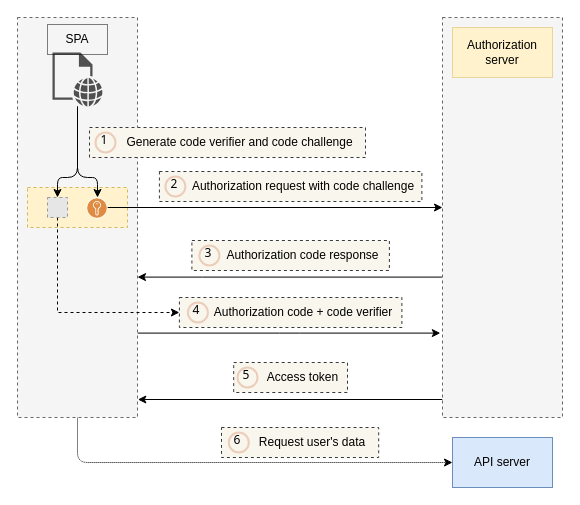
Earlier version of the draw.io diagram page "11.3" (3 of 17) of ch11.drawio (abunuwas/microservices-apis-img). Source tidied: cells renumbered, new cells numbered last; positions are measured from the earlier drawing's top-left corner, leaving out a move shared by most shapes. Both pictures are drawn from the tidied source at 100%, with x=0, y=0 at pixel (17, 17). Pictures stored in the file or linked from it are replaced by grey dashed boxes.
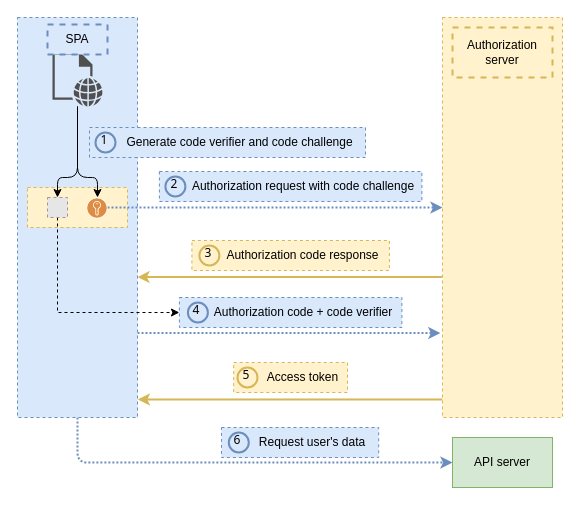
The same page after the edit.

The change refers to these unchanged cells:
```xml
<mxCell id="15" style="sketch=0;shadow=0;dashed=0;html=1;strokeColor=none;fillColor=#DF8C42;labelPosition=center;verticalLabelPosition=bottom;verticalAlign=top;align=center;outlineConnect=0;shape=mxgraph.veeam2.encrypted;" parent="1" vertex="1">
  <mxGeometry x="69" y="180" width="21" height="21" as="geometry" />
</mxCell>
```

Change to the diagram source:
```diff
@@
-    <mxCell id="2" style="edgeStyle=orthogonalEdgeStyle;rounded=0;jettySize=auto;html=1;entryX=1.003;entryY=0.955;entryDx=0;entryDy=0;entryPerimeter=0;" parent="1" edge="1" source="3" target="6">
+    <mxCell id="2" style="edgeStyle=orthogonalEdgeStyle;rounded=0;jettySize=auto;html=1;entryX=1.003;entryY=0.955;entryDx=0;entryDy=0;entryPerimeter=0;strokeWidth=2;fillColor=#fff2cc;strokeColor=#d6b656;" parent="1" edge="1" source="3" target="6">
       <mxGeometry relative="1" as="geometry">
         <Array as="points">
           <mxPoint x="120" y="381" />
         </Array>
       </mxGeometry>
     </mxCell>
-    <mxCell id="3" style="rounded=0;whiteSpace=wrap;html=1;strokeColor=#666666;dashed=1;fillColor=#f5f5f5;fontColor=#333333;" parent="1" vertex="1">
+    <mxCell id="3" style="rounded=0;whiteSpace=wrap;html=1;strokeColor=#d6b656;dashed=1;fillColor=#fff2cc;strokeWidth=1;" parent="1" vertex="1">
       <mxGeometry x="425" width="120" height="400" as="geometry" />
     </mxCell>
-    <mxCell id="4" style="edgeStyle=orthogonalEdgeStyle;rounded=1;jettySize=auto;html=1;entryX=0;entryY=0.5;entryDx=0;entryDy=0;dashed=1;dashPattern=1 1;" parent="1" edge="1" source="6" target="13">
+    <mxCell id="4" style="edgeStyle=orthogonalEdgeStyle;rounded=1;jettySize=auto;html=1;entryX=0;entryY=0.5;entryDx=0;entryDy=0;dashed=1;dashPattern=1 1;strokeWidth=2;fillColor=#dae8fc;strokeColor=#6c8ebf;" parent="1" edge="1" source="6" target="13">
       <mxGeometry relative="1" as="geometry">
         <Array as="points">
           <mxPoint x="60" y="445" />
         </Array>
       </mxGeometry>
     </mxCell>
-    <mxCell id="5" style="edgeStyle=orthogonalEdgeStyle;rounded=1;jettySize=auto;html=1;entryX=-0.018;entryY=0.789;entryDx=0;entryDy=0;entryPerimeter=0;" parent="1" edge="1" source="6" target="3">
+    <mxCell id="5" style="edgeStyle=orthogonalEdgeStyle;rounded=1;jettySize=auto;html=1;entryX=-0.018;entryY=0.789;entryDx=0;entryDy=0;entryPerimeter=0;dashed=1;dashPattern=1 1;strokeWidth=2;fillColor=#dae8fc;strokeColor=#6c8ebf;" parent="1" edge="1" source="6" target="3">
       <mxGeometry relative="1" as="geometry">
         <Array as="points">
           <mxPoint x="272" y="316" />
         </Array>
       </mxGeometry>
     </mxCell>
-    <mxCell id="6" style="rounded=0;whiteSpace=wrap;html=1;strokeColor=#666666;dashed=1;fillColor=#f5f5f5;fontColor=#333333;" parent="1" vertex="1">
+    <mxCell id="6" style="rounded=0;whiteSpace=wrap;html=1;strokeColor=#6c8ebf;dashed=1;fillColor=#dae8fc;" parent="1" vertex="1">
       <mxGeometry width="120" height="400" as="geometry" />
     </mxCell>
@@
-    <mxCell id="11" style="edgeStyle=orthogonalEdgeStyle;rounded=0;jettySize=auto;html=1;exitX=-0.005;exitY=0.649;exitDx=0;exitDy=0;exitPerimeter=0;" parent="1" edge="1" source="3" target="6">
+    <mxCell id="11" style="edgeStyle=orthogonalEdgeStyle;rounded=0;jettySize=auto;html=1;exitX=-0.005;exitY=0.649;exitDx=0;exitDy=0;exitPerimeter=0;strokeWidth=2;fillColor=#fff2cc;strokeColor=#d6b656;" parent="1" edge="1" source="3" target="6">
       <mxGeometry relative="1" as="geometry">
         <Array as="points">
           <mxPoint x="185" y="260" />
           <mxPoint x="185" y="260" />
         </Array>
       </mxGeometry>
     </mxCell>
-    <mxCell id="12" value="Authorization server" style="rounded=0;whiteSpace=wrap;html=1;dashed=1;dashPattern=1 1;fillColor=#fff2cc;strokeColor=#d6b656;" parent="1" vertex="1">
+    <mxCell id="12" value="Authorization server" style="rounded=0;whiteSpace=wrap;html=1;dashed=1;fillColor=#fff2cc;strokeColor=#d6b656;strokeWidth=2;" parent="1" vertex="1">
       <mxGeometry x="435" y="10" width="100" height="50" as="geometry" />
     </mxCell>
-    <mxCell id="13" value="API server" style="rounded=0;whiteSpace=wrap;html=1;fillColor=#dae8fc;strokeColor=#6c8ebf;" parent="1" vertex="1">
+    <mxCell id="13" value="API server" style="rounded=0;whiteSpace=wrap;html=1;fillColor=#d5e8d4;strokeColor=#82b366;" parent="1" vertex="1">
       <mxGeometry x="435" y="420" width="100" height="50" as="geometry" />
     </mxCell>
-    <mxCell id="14" style="edgeStyle=orthogonalEdgeStyle;rounded=0;jettySize=auto;html=1;" parent="1" edge="1" source="15">
+    <mxCell id="14" style="edgeStyle=orthogonalEdgeStyle;rounded=0;jettySize=auto;html=1;dashed=1;dashPattern=1 1;strokeWidth=2;fillColor=#dae8fc;strokeColor=#6c8ebf;" parent="1" edge="1" source="15">
       <mxGeometry relative="1" as="geometry">
         <mxPoint x="425" y="190" as="targetPoint" />
       </mxGeometry>
     </mxCell>
@@
-    <mxCell id="18" value="SPA" style="text;html=1;strokeColor=default;fillColor=none;align=center;verticalAlign=middle;whiteSpace=wrap;rounded=0;dashed=1;dashPattern=1 1;" parent="1" vertex="1">
+    <mxCell id="18" value="SPA" style="text;html=1;strokeColor=#6c8ebf;fillColor=#dae8fc;align=center;verticalAlign=middle;whiteSpace=wrap;rounded=0;dashed=1;strokeWidth=2;" parent="1" vertex="1">
       <mxGeometry x="30" y="7" width="60" height="30" as="geometry" />
     </mxCell>
-    <mxCell id="19" value="Generate code verifier and code challenge" style="text;html=1;strokeColor=#36393d;fillColor=#f9f7ed;align=center;verticalAlign=middle;whiteSpace=wrap;rounded=0;dashed=1;spacingLeft=25;" parent="1" vertex="1">
+    <mxCell id="19" value="Generate code verifier and code challenge" style="text;html=1;strokeColor=#6c8ebf;fillColor=#dae8fc;align=center;verticalAlign=middle;whiteSpace=wrap;rounded=0;dashed=1;spacingLeft=25;" parent="1" vertex="1">
       <mxGeometry x="72" y="110" width="276" height="30" as="geometry" />
     </mxCell>
-    <mxCell id="20" value="1" style="ellipse;whiteSpace=wrap;html=1;strokeWidth=2;fontFamily=Tahoma;spacingBottom=4;spacingRight=2;strokeColor=#EBCDBA;fillColor=#f9f7ed;" parent="1" vertex="1">
+    <mxCell id="20" value="1" style="ellipse;whiteSpace=wrap;html=1;strokeWidth=2;fontFamily=Tahoma;spacingBottom=4;spacingRight=2;strokeColor=#6c8ebf;fillColor=#dae8fc;" parent="1" vertex="1">
       <mxGeometry x="78" y="115" width="20" height="20" as="geometry" />
     </mxCell>
-    <mxCell id="21" value="Authorization request with code challenge" style="text;html=1;strokeColor=#36393d;fillColor=#f9f7ed;align=center;verticalAlign=middle;whiteSpace=wrap;rounded=0;dashed=1;spacingLeft=25;" parent="1" vertex="1">
+    <mxCell id="21" value="Authorization request with code challenge" style="text;html=1;strokeColor=#6c8ebf;fillColor=#dae8fc;align=center;verticalAlign=middle;whiteSpace=wrap;rounded=0;dashed=1;spacingLeft=25;" parent="1" vertex="1">
       <mxGeometry x="141.9" y="154" width="262.5" height="30" as="geometry" />
     </mxCell>
-    <mxCell id="22" value="2" style="ellipse;whiteSpace=wrap;html=1;strokeWidth=2;fontFamily=Tahoma;spacingBottom=4;spacingRight=2;strokeColor=#EBCDBA;fillColor=#f9f7ed;" parent="1" vertex="1">
+    <mxCell id="22" value="2" style="ellipse;whiteSpace=wrap;html=1;strokeWidth=2;fontFamily=Tahoma;spacingBottom=4;spacingRight=2;strokeColor=#6c8ebf;fillColor=#dae8fc;" parent="1" vertex="1">
       <mxGeometry x="147.9" y="159" width="20" height="20" as="geometry" />
     </mxCell>
-    <mxCell id="23" value="Authorization code response" style="text;html=1;strokeColor=#36393d;fillColor=#f9f7ed;align=center;verticalAlign=middle;whiteSpace=wrap;rounded=0;dashed=1;spacingLeft=25;" parent="1" vertex="1">
+    <mxCell id="23" value="Authorization code response" style="text;html=1;strokeColor=#d6b656;fillColor=#fff2cc;align=center;verticalAlign=middle;whiteSpace=wrap;rounded=0;dashed=1;spacingLeft=25;" parent="1" vertex="1">
       <mxGeometry x="174.4" y="223" width="197.5" height="30" as="geometry" />
     </mxCell>
-    <mxCell id="24" value="3" style="ellipse;whiteSpace=wrap;html=1;strokeWidth=2;fontFamily=Tahoma;spacingBottom=4;spacingRight=2;strokeColor=#EBCDBA;fillColor=#f9f7ed;" parent="1" vertex="1">
+    <mxCell id="24" value="3" style="ellipse;whiteSpace=wrap;html=1;strokeWidth=2;fontFamily=Tahoma;spacingBottom=4;spacingRight=2;strokeColor=#d6b656;fillColor=#fff2cc;" parent="1" vertex="1">
       <mxGeometry x="181.9" y="228" width="20" height="20" as="geometry" />
     </mxCell>
-    <mxCell id="25" value="Authorization code + code verifier" style="text;html=1;strokeColor=#36393d;fillColor=#f9f7ed;align=center;verticalAlign=middle;whiteSpace=wrap;rounded=0;dashed=1;spacingLeft=25;" parent="1" vertex="1">
+    <mxCell id="25" value="Authorization code + code verifier" style="text;html=1;strokeColor=#6c8ebf;fillColor=#dae8fc;align=center;verticalAlign=middle;whiteSpace=wrap;rounded=0;dashed=1;spacingLeft=25;" parent="1" vertex="1">
       <mxGeometry x="161.9" y="280" width="222.5" height="30" as="geometry" />
     </mxCell>
-    <mxCell id="26" value="4" style="ellipse;whiteSpace=wrap;html=1;strokeWidth=2;fontFamily=Tahoma;spacingBottom=4;spacingRight=2;strokeColor=#EBCDBA;fillColor=#f9f7ed;" parent="1" vertex="1">
+    <mxCell id="26" value="4" style="ellipse;whiteSpace=wrap;html=1;strokeWidth=2;fontFamily=Tahoma;spacingBottom=4;spacingRight=2;strokeColor=#6c8ebf;fillColor=#dae8fc;" parent="1" vertex="1">
       <mxGeometry x="170.4" y="285" width="20" height="20" as="geometry" />
     </mxCell>
-    <mxCell id="27" value="Access token" style="text;html=1;strokeColor=#36393d;fillColor=#f9f7ed;align=center;verticalAlign=middle;whiteSpace=wrap;rounded=0;dashed=1;spacingLeft=25;" parent="1" vertex="1">
+    <mxCell id="27" value="Access token" style="text;html=1;strokeColor=#d6b656;fillColor=#fff2cc;align=center;verticalAlign=middle;whiteSpace=wrap;rounded=0;dashed=1;spacingLeft=25;" parent="1" vertex="1">
       <mxGeometry x="216.2" y="345" width="113.8" height="30" as="geometry" />
     </mxCell>
-    <mxCell id="28" value="5" style="ellipse;whiteSpace=wrap;html=1;strokeWidth=2;fontFamily=Tahoma;spacingBottom=4;spacingRight=2;strokeColor=#EBCDBA;fillColor=#f9f7ed;" parent="1" vertex="1">
+    <mxCell id="28" value="5" style="ellipse;whiteSpace=wrap;html=1;strokeWidth=2;fontFamily=Tahoma;spacingBottom=4;spacingRight=2;strokeColor=#d6b656;fillColor=#fff2cc;" parent="1" vertex="1">
       <mxGeometry x="220" y="350" width="20" height="20" as="geometry" />
     </mxCell>
-    <mxCell id="29" value="Request user's data" style="text;html=1;strokeColor=#36393d;fillColor=#f9f7ed;align=center;verticalAlign=middle;whiteSpace=wrap;rounded=0;dashed=1;spacingLeft=25;" parent="1" vertex="1">
+    <mxCell id="29" value="Request user's data" style="text;html=1;strokeColor=#6c8ebf;fillColor=#dae8fc;align=center;verticalAlign=middle;whiteSpace=wrap;rounded=0;dashed=1;spacingLeft=25;" parent="1" vertex="1">
       <mxGeometry x="204" y="410" width="157.2" height="30" as="geometry" />
     </mxCell>
-    <mxCell id="30" value="6" style="ellipse;whiteSpace=wrap;html=1;strokeWidth=2;fontFamily=Tahoma;spacingBottom=4;spacingRight=2;strokeColor=#EBCDBA;fillColor=#f9f7ed;" parent="1" vertex="1">
+    <mxCell id="30" value="6" style="ellipse;whiteSpace=wrap;html=1;strokeWidth=2;fontFamily=Tahoma;spacingBottom=4;spacingRight=2;strokeColor=#6c8ebf;fillColor=#dae8fc;" parent="1" vertex="1">
       <mxGeometry x="211.3" y="415" width="20" height="20" as="geometry" />
     </mxCell>
```
